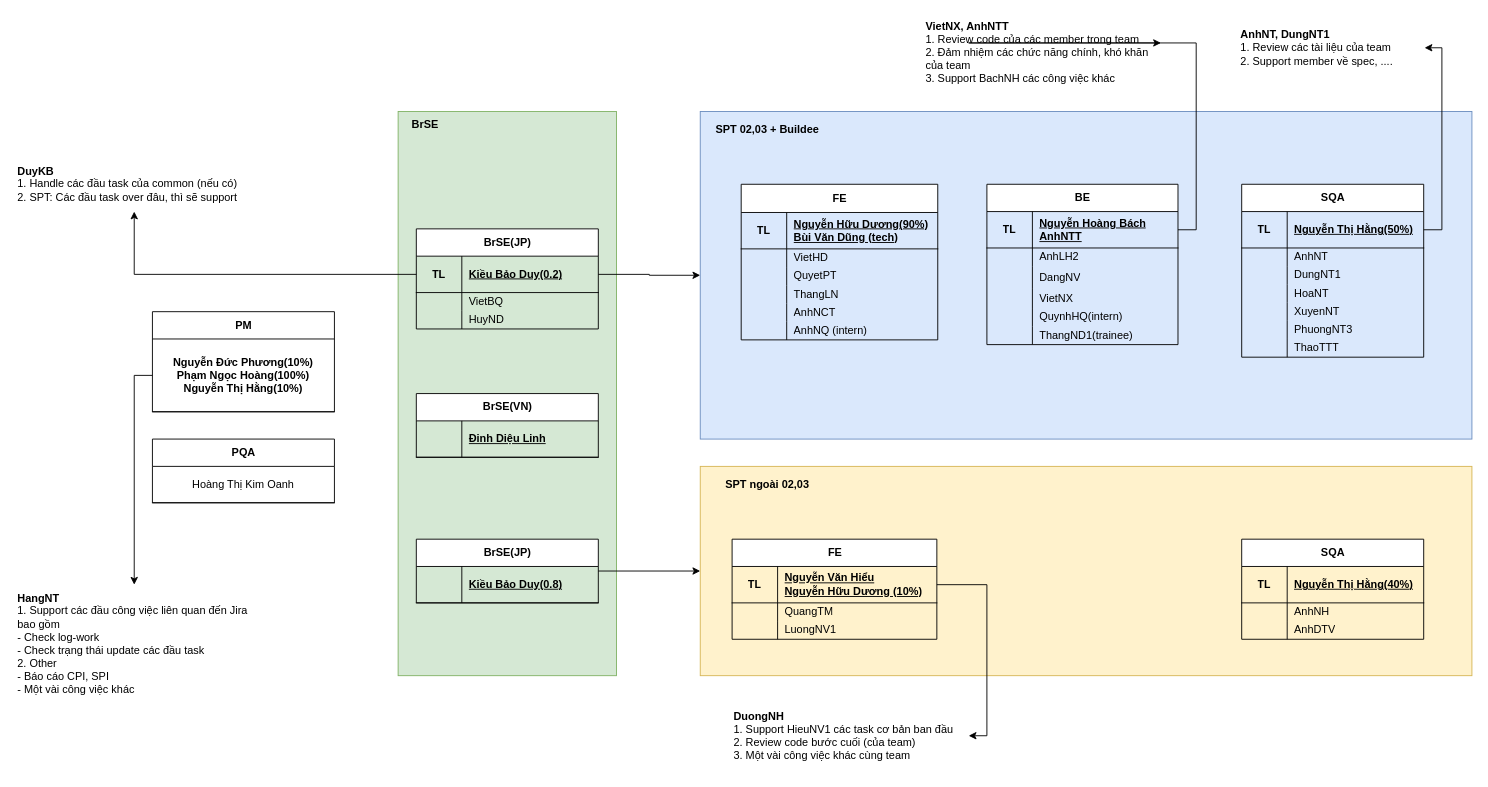
The draw.io diagram page "Cơ cấu team" (7 of 11) of Biểu đồ không có tiêu đề.drawio in hoangpn256/diagram, before the edit. Source tidied: cells renumbered, new cells numbered last; positions are measured from the earlier drawing's top-left corner, leaving out a move shared by most shapes. Both pictures are drawn from the tidied source at 91%, with x=0, y=0 at pixel (15, 15).
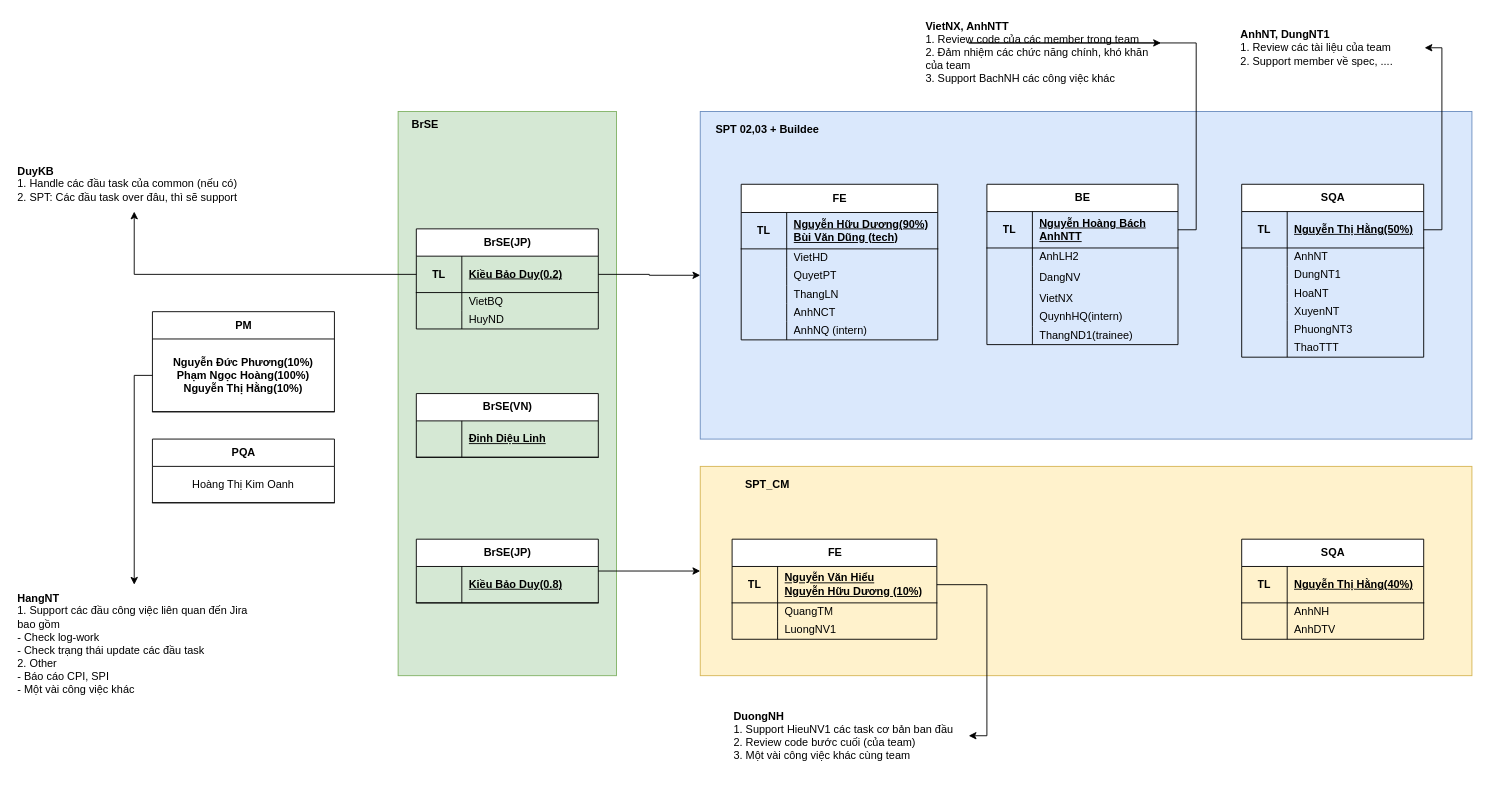
Above is the later version.

What changed in the source:
```diff
@@
-    <mxCell id="110" value="SPT ngoài 02,03" style="text;html=1;strokeColor=none;fillColor=none;align=center;verticalAlign=middle;whiteSpace=wrap;rounded=0;fontStyle=1;" parent="1" vertex="1">
+    <mxCell id="110" value="SPT_CM" style="text;html=1;strokeColor=none;fillColor=none;align=center;verticalAlign=middle;whiteSpace=wrap;rounded=0;fontStyle=1;" parent="1" vertex="1">
       <mxGeometry x="752" y="495" width="148" height="40" as="geometry" />
     </mxCell>
```
